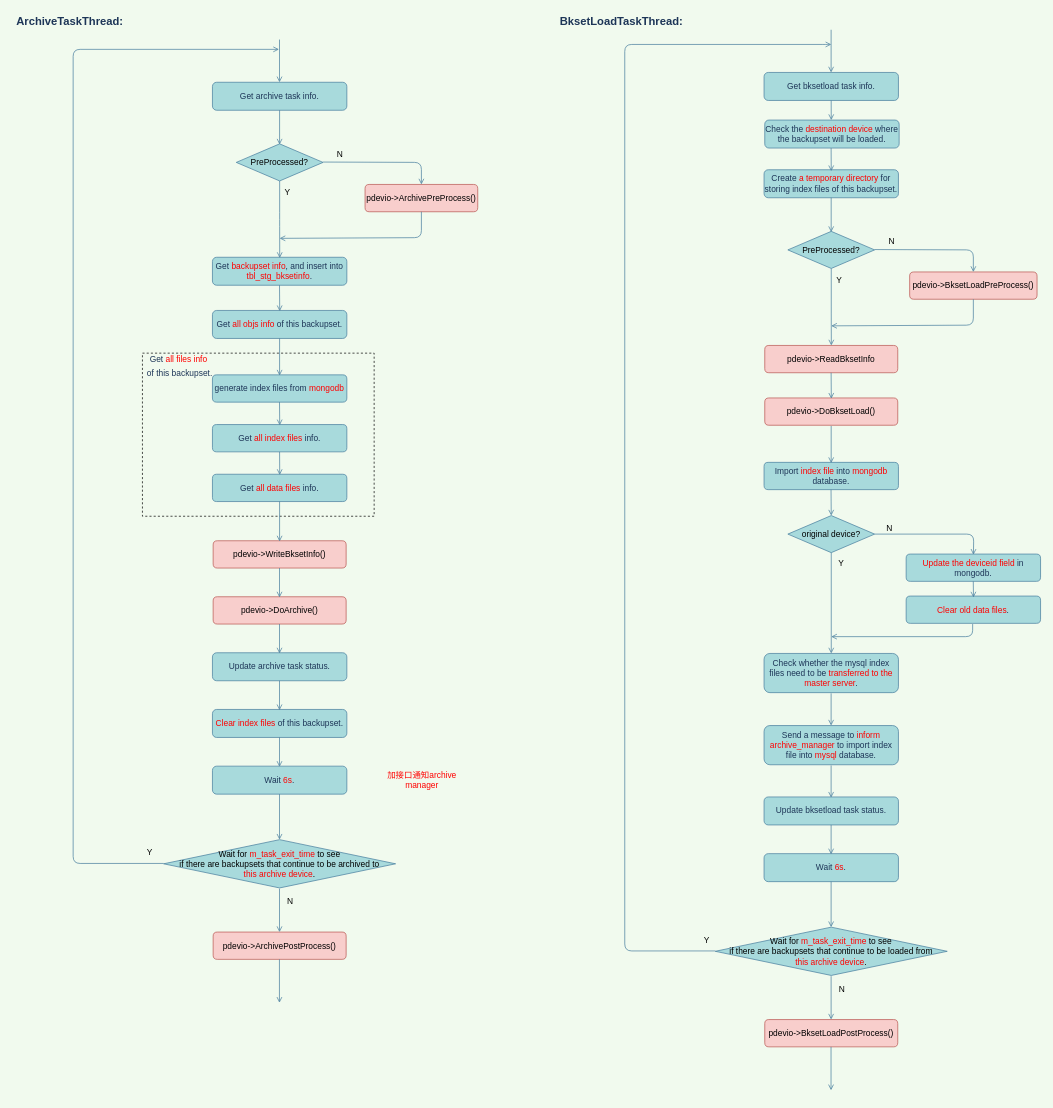
Before: page "任务流程图" (4 of 5) of 02-unary_work/01-黑方6.8版本归档模块/归档服务模块sync_server原理图.drawio in chenzhaoguo/UML, a draw.io diagram. Source tidied: cells renumbered, new cells numbered last; positions are measured from the earlier drawing's top-left corner, leaving out a move shared by most shapes. Both pictures are drawn from the tidied source at 70%, with x=0, y=0 at pixel (12, 12).
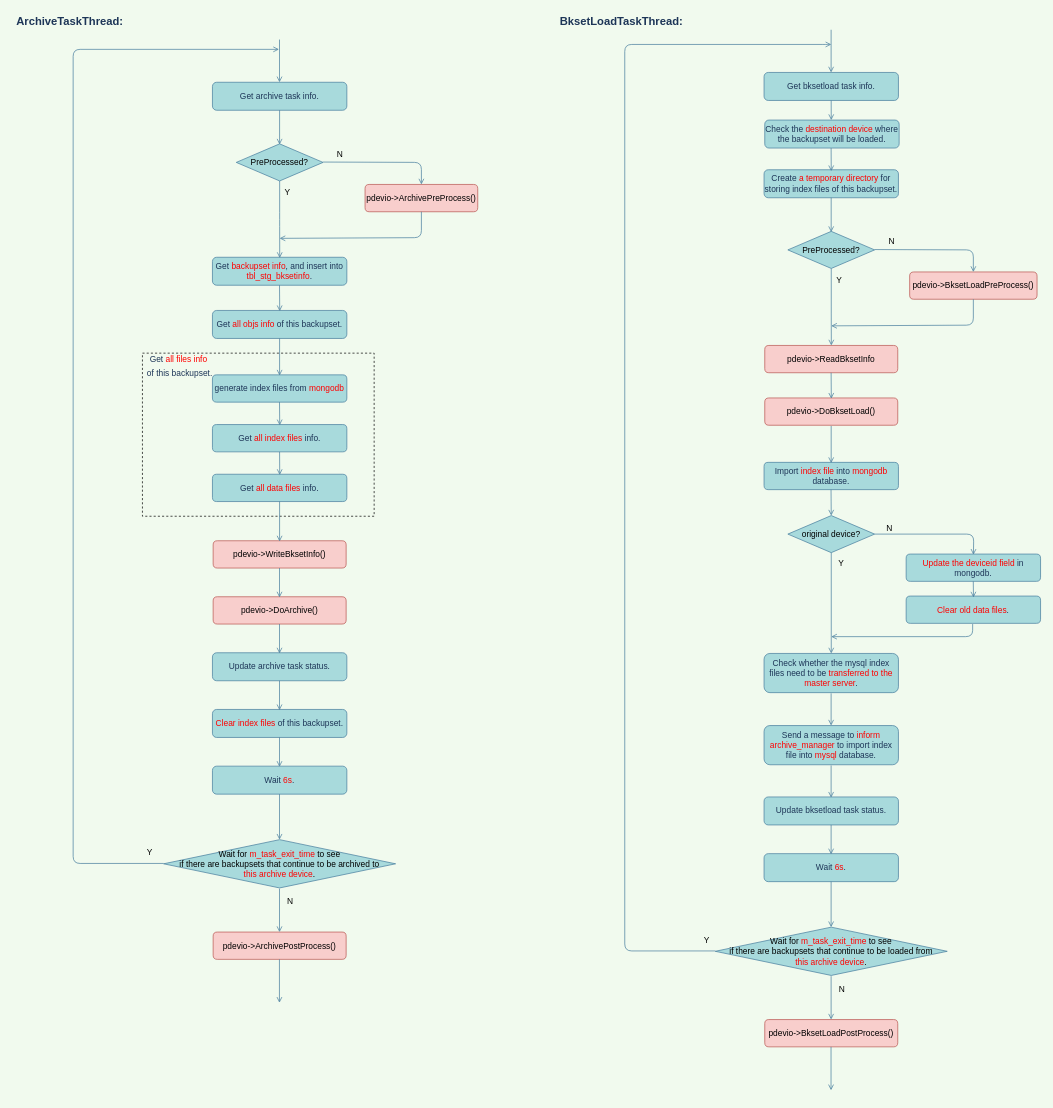
After the change.

Diff of the diagram source:
```diff
@@
-    <mxCell id="85" value="加接口通知archive &lt;br&gt;manager" style="text;html=1;align=center;verticalAlign=middle;strokeColor=none;fillColor=none;fontSize=12;fontColor=#FF0000;" parent="1" vertex="1">
-      <mxGeometry x="530" y="1081" width="109" height="32" as="geometry" />
-    </mxCell>
```
